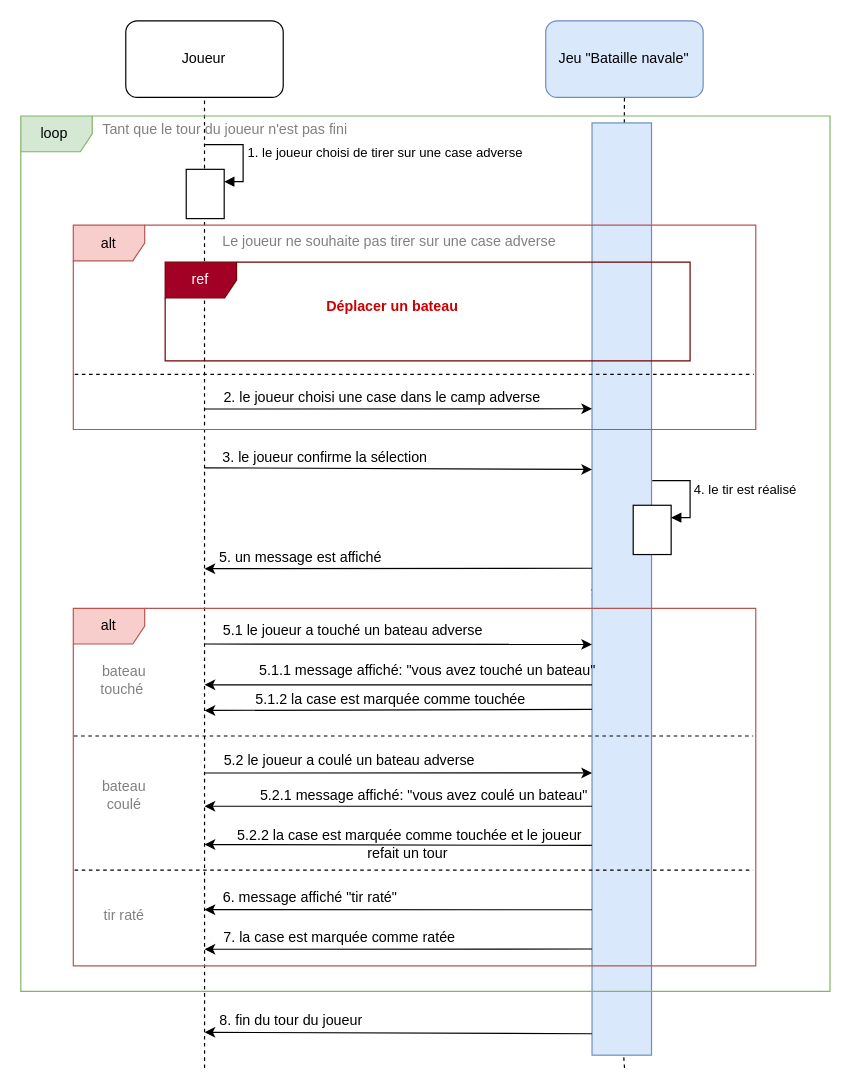
Earlier version of the draw.io diagram séquence_tirer_case_adverse.drawio (zakou77/projet_bataille_navale). Source tidied: cells renumbered, new cells numbered last; positions are measured from the earlier drawing's top-left corner, leaving out a move shared by most shapes. Both pictures are drawn from the tidied source at 119%, with x=0, y=0 at pixel (20, 20).
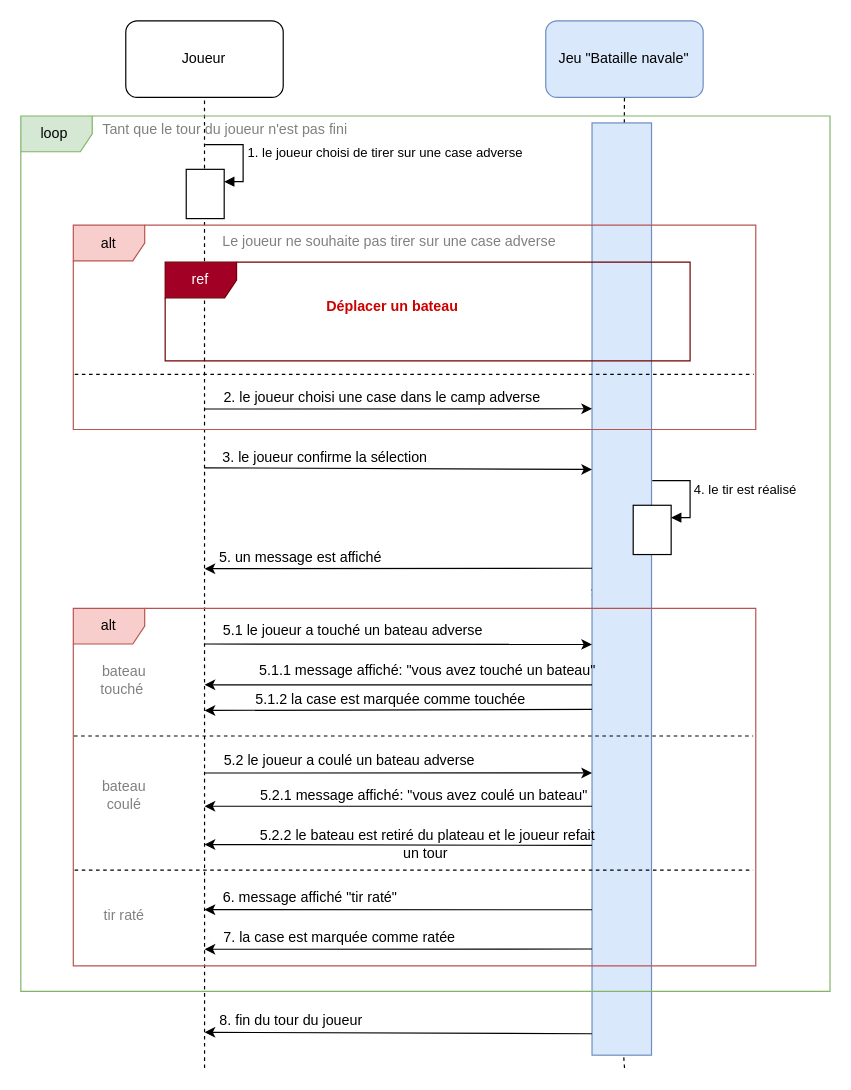
Above is the later version.

Commit message:
Mettre à jour séquence_tirer_case_adverse.drawio

The change refers to these unchanged cells:
```xml
<mxCell id="2" style="group;" parent="1" vertex="1">
  <mxGeometry width="680" height="880" as="geometry" />
</mxCell>
```

The edit, as a diff of the source:
```diff
@@
-    <mxCell id="37" value="5.2.2 la case est marquée comme touchée et le joueur refait un tour&amp;nbsp;" style="text;html=1;whiteSpace=wrap;strokeColor=none;fillColor=none;align=center;verticalAlign=middle;rounded=0;" parent="2" vertex="1">
-      <mxGeometry x="177.6" y="676.1" width="297.8" height="32.2" as="geometry" />
+    <mxCell id="37" value="5.2.2 le bateau est retiré du plateau et le joueur refait un tour&amp;nbsp;" style="text;html=1;whiteSpace=wrap;strokeColor=none;fillColor=none;align=center;verticalAlign=middle;rounded=0;" parent="2" vertex="1">
+      <mxGeometry x="192.6" y="676.1" width="297.8" height="32.2" as="geometry" />
     </mxCell>
```
